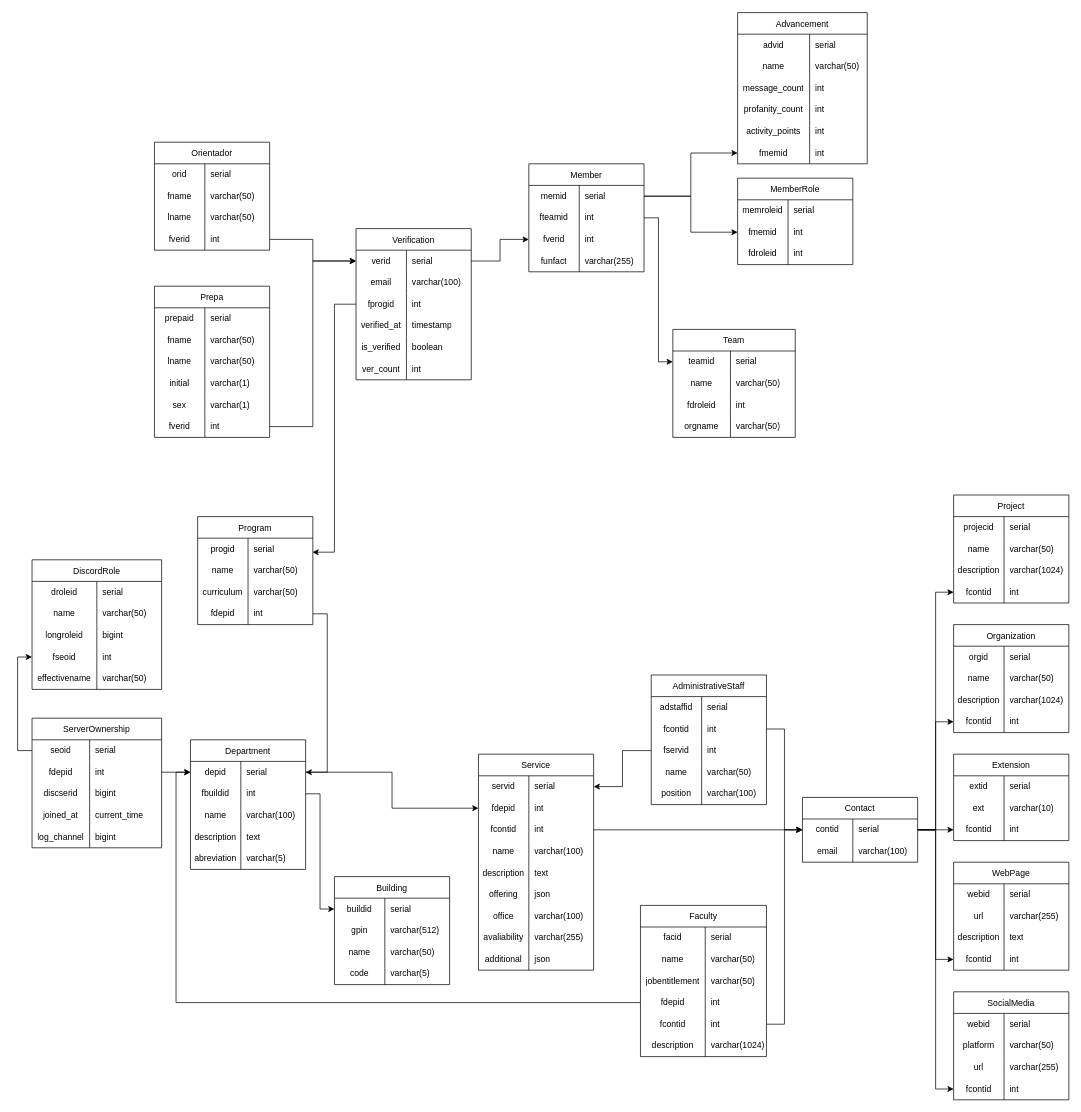
Above: assets/schema/DatabaseSchema.drawio in AlfredoSoto1/BotOrientador (draw.io), before the change. Source tidied: cells renumbered, new cells numbered last; positions are measured from the earlier drawing's top-left corner, leaving out a move shared by most shapes. Both pictures are drawn from the tidied source at 72%, with x=0, y=0 at pixel (32, 12).
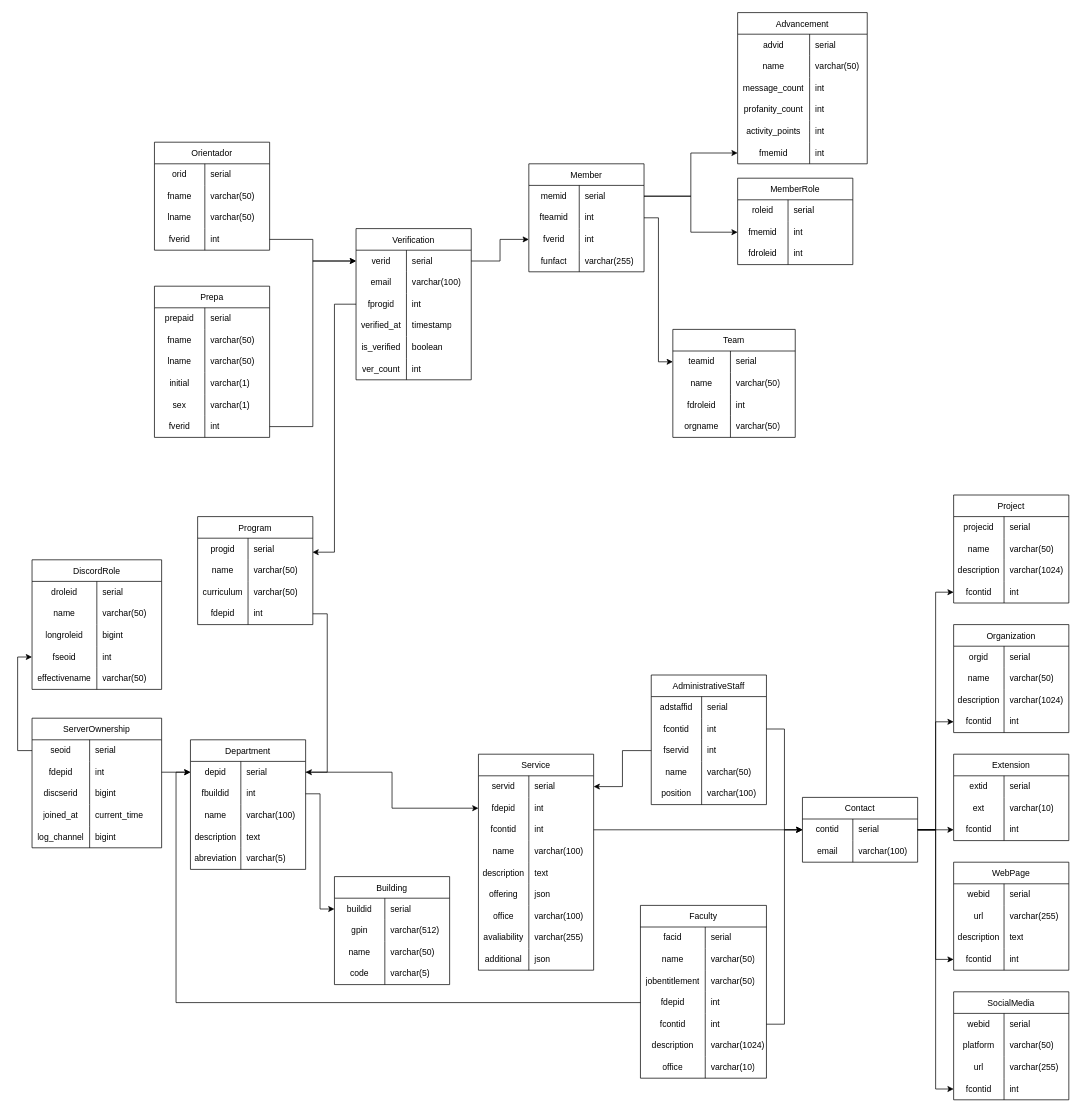
Above is the later version.

The change refers to these unchanged cells:
```xml
<mxCell id="249" style="shape=tableRow;horizontal=0;startSize=0;swimlaneHead=0;swimlaneBody=0;top=0;left=0;bottom=0;right=0;fillColor=none;strokeColor=inherit;fontSize=12;" parent="248" vertex="1">
  <mxGeometry y="30" width="160" height="30" as="geometry" />
</mxCell>
```

What changed in the source:
```diff
@@
     <mxCell id="182" value="Faculty" style="shape=table;startSize=30;childLayout=tableLayout;rowLines=0;fontStyle=0;strokeColor=default;fontSize=12;" parent="1" vertex="1">
-      <mxGeometry x="845" y="1240" width="175" height="210" as="geometry" />
+      <mxGeometry x="845" y="1240" width="175" height="240" as="geometry" />
     </mxCell>
@@
+    <mxCell id="337" style="shape=tableRow;horizontal=0;startSize=0;swimlaneHead=0;swimlaneBody=0;top=0;left=0;bottom=0;right=0;fillColor=none;strokeColor=inherit;fontSize=12;" parent="182" vertex="1">
+      <mxGeometry y="210" width="175" height="30" as="geometry" />
+    </mxCell>
+    <mxCell id="338" value="office" style="shape=partialRectangle;html=1;whiteSpace=wrap;fillColor=none;top=0;left=0;bottom=0;right=0;overflow=hidden;strokeColor=inherit;fontSize=12;" parent="337" vertex="1">
+      <mxGeometry width="90" height="30" as="geometry" />
+    </mxCell>
+    <mxCell id="339" value="varchar(10)" style="shape=partialRectangle;html=1;whiteSpace=wrap;fillColor=none;top=0;left=0;bottom=0;right=0;align=left;spacingLeft=6;overflow=hidden;strokeColor=inherit;fontSize=12;" parent="337" vertex="1">
+      <mxGeometry x="90" width="85" height="30" as="geometry" />
+    </mxCell>
@@
-    <mxCell id="250" value="memroleid" style="shape=partialRectangle;html=1;whiteSpace=wrap;fillColor=none;top=0;left=0;bottom=0;right=0;overflow=hidden;strokeColor=inherit;fontSize=12;spacing=2;" parent="249" vertex="1">
+    <mxCell id="250" value="roleid" style="shape=partialRectangle;html=1;whiteSpace=wrap;fillColor=none;top=0;left=0;bottom=0;right=0;overflow=hidden;strokeColor=inherit;fontSize=12;spacing=2;" parent="249" vertex="1">
       <mxGeometry width="70" height="30" as="geometry" />
     </mxCell>
```
